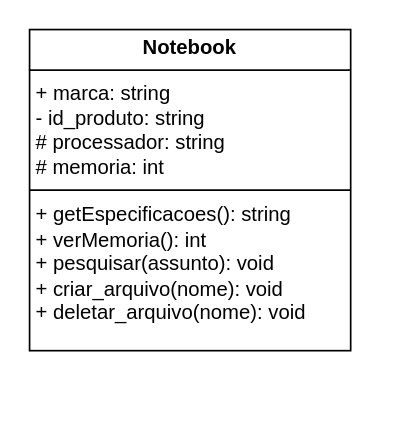
This is Diagrama sem nome.drawio from AnnaAngelina/diagramas-de-classe-drawio-, a draw.io file, before an edit. Source tidied: cells renumbered, new cells numbered last; positions are measured from the earlier drawing's top-left corner, leaving out a move shared by most shapes. Both pictures are drawn from the tidied source at 169%, with x=0, y=0 at pixel (29, 29).
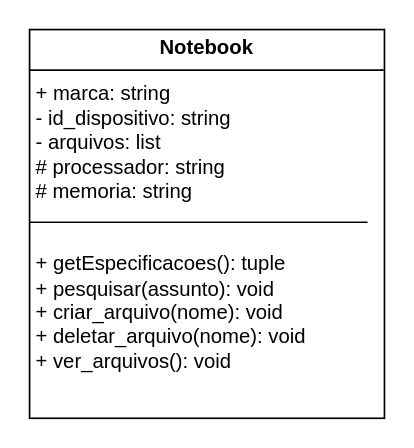
Above is the later version.

Diff of the diagram source:
```diff
@@
 <mxGraphModel>
   <root>
     <mxCell id="0" />
     <mxCell id="1" parent="0" />
-    <mxCell id="2" value="&lt;p style=&quot;margin:0px;margin-top:4px;text-align:center;&quot;&gt;&lt;b&gt;Notebook&lt;/b&gt;&lt;/p&gt;&lt;hr size=&quot;1&quot; style=&quot;border-style:solid;&quot;&gt;&lt;p style=&quot;margin:0px;margin-left:4px;&quot;&gt;+ marca: string&amp;nbsp;&lt;/p&gt;&lt;p style=&quot;margin:0px;margin-left:4px;&quot;&gt;- id_produto: string&lt;/p&gt;&lt;p style=&quot;margin:0px;margin-left:4px;&quot;&gt;# processador: string&lt;/p&gt;&lt;p style=&quot;margin:0px;margin-left:4px;&quot;&gt;# memoria: int&lt;/p&gt;&lt;p style=&quot;margin:0px;margin-left:4px;&quot;&gt;&lt;br&gt;&lt;/p&gt;&lt;p style=&quot;margin:0px;margin-left:4px;&quot;&gt;+ getEspecificacoes(): string&lt;/p&gt;&lt;p style=&quot;margin:0px;margin-left:4px;&quot;&gt;+ verMemoria(): int&lt;/p&gt;&lt;p style=&quot;margin:0px;margin-left:4px;&quot;&gt;+ pesquisar(assunto): void&lt;/p&gt;&lt;p style=&quot;margin:0px;margin-left:4px;&quot;&gt;+ criar_arquivo(nome): void&lt;/p&gt;&lt;p style=&quot;margin:0px;margin-left:4px;&quot;&gt;+ deletar_arquivo(nome): void&lt;/p&gt;&lt;p style=&quot;margin:0px;margin-left:4px;&quot;&gt;&lt;br&gt;&lt;/p&gt;&lt;p style=&quot;margin:0px;margin-left:4px;&quot;&gt;&lt;br&gt;&lt;/p&gt;" style="verticalAlign=top;align=left;overflow=fill;html=1;whiteSpace=wrap;" parent="1" vertex="1">
-      <mxGeometry width="190" height="190" as="geometry" />
+    <mxCell id="2" value="&lt;p style=&quot;margin:0px;margin-top:4px;text-align:center;&quot;&gt;&lt;b&gt;Notebook&lt;/b&gt;&lt;/p&gt;&lt;hr size=&quot;1&quot; style=&quot;border-style:solid;&quot;&gt;&lt;p style=&quot;margin:0px;margin-left:4px;&quot;&gt;+ marca: string&amp;nbsp;&lt;/p&gt;&lt;p style=&quot;margin:0px;margin-left:4px;&quot;&gt;- id_dispositivo: string&lt;/p&gt;&lt;p style=&quot;margin:0px;margin-left:4px;&quot;&gt;- arquivos: list&lt;/p&gt;&lt;p style=&quot;margin:0px;margin-left:4px;&quot;&gt;# processador: string&lt;/p&gt;&lt;p style=&quot;margin:0px;margin-left:4px;&quot;&gt;# memoria: string&lt;/p&gt;&lt;p style=&quot;margin:0px;margin-left:4px;&quot;&gt;&lt;br&gt;&lt;/p&gt;&lt;p style=&quot;margin:0px;margin-left:4px;&quot;&gt;&lt;br&gt;&lt;/p&gt;&lt;p style=&quot;margin:0px;margin-left:4px;&quot;&gt;+ getEspecificacoes(): tuple&lt;/p&gt;&lt;p style=&quot;margin:0px;margin-left:4px;&quot;&gt;+ pesquisar(assunto): void&lt;/p&gt;&lt;p style=&quot;margin:0px;margin-left:4px;&quot;&gt;+ criar_arquivo(nome): void&lt;/p&gt;&lt;p style=&quot;margin:0px;margin-left:4px;&quot;&gt;+ deletar_arquivo(nome): void&lt;/p&gt;&lt;p style=&quot;margin:0px;margin-left:4px;&quot;&gt;+ ver_arquivos(): void&lt;/p&gt;&lt;p style=&quot;margin:0px;margin-left:4px;&quot;&gt;&lt;br&gt;&lt;/p&gt;&lt;p style=&quot;margin:0px;margin-left:4px;&quot;&gt;&lt;br&gt;&lt;/p&gt;" style="verticalAlign=top;align=left;overflow=fill;html=1;whiteSpace=wrap;" parent="1" vertex="1">
+      <mxGeometry width="210" height="230" as="geometry" />
     </mxCell>
     <mxCell id="3" style="line;strokeWidth=1;fillColor=none;align=left;verticalAlign=middle;spacingTop=-1;spacingLeft=3;spacingRight=3;labelPosition=right;strokeColor=inherit;" parent="1" vertex="1">
-      <mxGeometry y="91" width="190" height="8" as="geometry" />
+      <mxGeometry y="110" width="200" height="8" as="geometry" />
     </mxCell>
   </root>
 </mxGraphModel>
```
